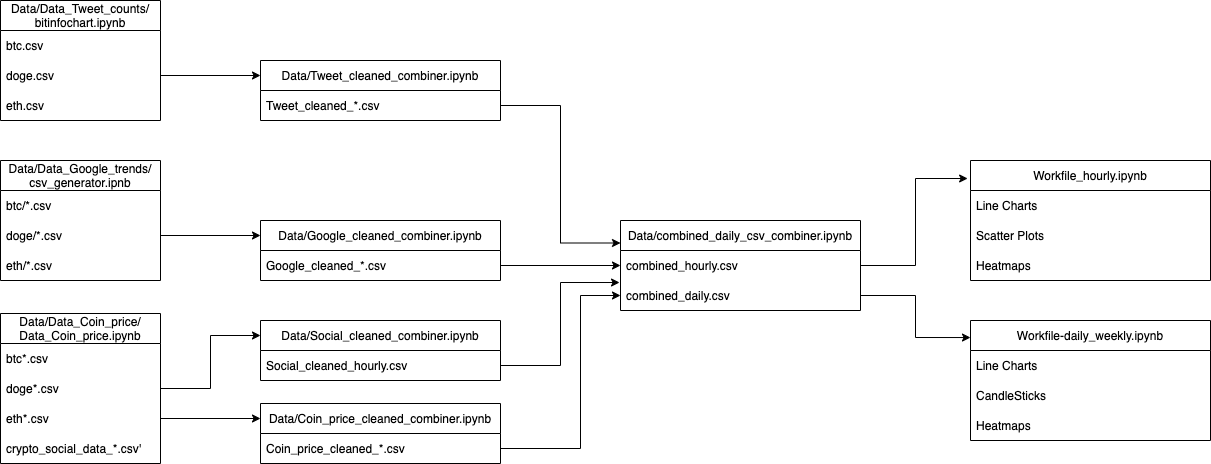
Earlier version of the draw.io export 592_flow.png (yantkumich/siads592-fomo). Source tidied: cells renumbered, new cells last; positions are measured from the earlier drawing's top-left corner, leaving out a move shared by most shapes. Source of this version:
```xml
<mxGraphModel>
  <root>
    <mxCell id="0" />
    <mxCell id="1" parent="0" />
    <mxCell id="2" value="Data/Data_Tweet_counts/&#10;bitinfochart.ipynb" style="swimlane;fontStyle=0;horizontal=1;startSize=30;" parent="1" vertex="1">
      <mxGeometry width="160" height="120" as="geometry" />
    </mxCell>
    <mxCell id="3" value="btc.csv" style="text;strokeColor=none;fillColor=none;align=left;verticalAlign=middle;spacingLeft=4;spacingRight=4;overflow=hidden;" parent="2" vertex="1">
      <mxGeometry y="30" width="160" height="30" as="geometry" />
    </mxCell>
    <mxCell id="4" value="doge.csv" style="text;strokeColor=none;fillColor=none;align=left;verticalAlign=middle;spacingLeft=4;spacingRight=4;overflow=hidden;points=[[0,0.5],[1,0.5]];portConstraint=eastwest;" parent="2" vertex="1">
      <mxGeometry y="60" width="160" height="30" as="geometry" />
    </mxCell>
    <mxCell id="5" value="eth.csv" style="text;strokeColor=none;fillColor=none;align=left;verticalAlign=middle;spacingLeft=4;spacingRight=4;overflow=hidden;" parent="2" vertex="1">
      <mxGeometry y="90" width="160" height="30" as="geometry" />
    </mxCell>
    <mxCell id="6" value="Data/Data_Google_trends/&#10;csv_generator.ipnb" style="swimlane;fontStyle=0;horizontal=1;startSize=30;" parent="1" vertex="1">
      <mxGeometry y="160" width="160" height="120" as="geometry" />
    </mxCell>
    <mxCell id="7" value="btc/*.csv" style="text;strokeColor=none;fillColor=none;align=left;verticalAlign=middle;spacingLeft=4;spacingRight=4;overflow=hidden;" parent="6" vertex="1">
      <mxGeometry y="30" width="160" height="30" as="geometry" />
    </mxCell>
    <mxCell id="8" value="doge/*.csv" style="text;strokeColor=none;fillColor=none;align=left;verticalAlign=middle;spacingLeft=4;spacingRight=4;overflow=hidden;points=[[0,0.5],[1,0.5]];portConstraint=eastwest;" parent="6" vertex="1">
      <mxGeometry y="60" width="160" height="30" as="geometry" />
    </mxCell>
    <mxCell id="9" value="eth/*.csv" style="text;strokeColor=none;fillColor=none;align=left;verticalAlign=middle;spacingLeft=4;spacingRight=4;overflow=hidden;" parent="6" vertex="1">
      <mxGeometry y="90" width="160" height="30" as="geometry" />
    </mxCell>
    <mxCell id="10" value="Data/Data_Coin_price/&#10;Data_Coin_price.ipynb" style="swimlane;fontStyle=0;horizontal=1;startSize=30;" parent="1" vertex="1">
      <mxGeometry y="313" width="160" height="150" as="geometry" />
    </mxCell>
    <mxCell id="11" value="btc*.csv" style="text;strokeColor=none;fillColor=none;align=left;verticalAlign=middle;spacingLeft=4;spacingRight=4;overflow=hidden;" parent="10" vertex="1">
      <mxGeometry y="30" width="160" height="30" as="geometry" />
    </mxCell>
    <mxCell id="12" value="doge*.csv" style="text;strokeColor=none;fillColor=none;align=left;verticalAlign=middle;spacingLeft=4;spacingRight=4;overflow=hidden;points=[[0,0.5],[1,0.5]];portConstraint=eastwest;" parent="10" vertex="1">
      <mxGeometry y="60" width="160" height="30" as="geometry" />
    </mxCell>
    <mxCell id="13" value="eth*.csv" style="text;strokeColor=none;fillColor=none;align=left;verticalAlign=middle;spacingLeft=4;spacingRight=4;overflow=hidden;points=[[0,0.5],[1,0.5]];portConstraint=eastwest;" parent="10" vertex="1">
      <mxGeometry y="90" width="160" height="30" as="geometry" />
    </mxCell>
    <mxCell id="14" value="crypto_social_data_*.csv'" style="text;strokeColor=none;fillColor=none;align=left;verticalAlign=middle;spacingLeft=4;spacingRight=4;overflow=hidden;" parent="10" vertex="1">
      <mxGeometry y="120" width="160" height="30" as="geometry" />
    </mxCell>
    <mxCell id="15" value="Data/Coin_price_cleaned_combiner.ipynb" style="swimlane;fontStyle=0;horizontal=1;startSize=30;" parent="1" vertex="1">
      <mxGeometry x="260" y="403" width="240" height="60" as="geometry" />
    </mxCell>
    <mxCell id="16" value="Coin_price_cleaned_*.csv" style="text;strokeColor=none;fillColor=none;align=left;verticalAlign=middle;spacingLeft=4;spacingRight=4;overflow=hidden;points=[[0,0.5],[1,0.5]];portConstraint=eastwest;" parent="15" vertex="1">
      <mxGeometry y="30" width="240" height="30" as="geometry" />
    </mxCell>
    <mxCell id="17" style="edgeStyle=orthogonalEdgeStyle;rounded=0;jettySize=auto;html=1;exitX=1;exitY=0.5;exitDx=0;exitDy=0;entryX=0;entryY=0.25;entryDx=0;entryDy=0;" parent="1" edge="1" source="13" target="15">
      <mxGeometry relative="1" as="geometry" />
    </mxCell>
    <mxCell id="18" value="Data/Google_cleaned_combiner.ipynb" style="swimlane;fontStyle=0;horizontal=1;startSize=30;" parent="1" vertex="1">
      <mxGeometry x="260" y="220" width="240" height="60" as="geometry" />
    </mxCell>
    <mxCell id="19" value="Google_cleaned_*.csv" style="text;strokeColor=none;fillColor=none;align=left;verticalAlign=middle;spacingLeft=4;spacingRight=4;overflow=hidden;points=[[0,0.5],[1,0.5]];portConstraint=eastwest;" parent="18" vertex="1">
      <mxGeometry y="30" width="240" height="30" as="geometry" />
    </mxCell>
    <mxCell id="20" value="Data/Social_cleaned_combiner.ipynb" style="swimlane;fontStyle=0;horizontal=1;startSize=30;" parent="1" vertex="1">
      <mxGeometry x="260" y="320" width="240" height="60" as="geometry" />
    </mxCell>
    <mxCell id="21" value="Social_cleaned_hourly.csv" style="text;strokeColor=none;fillColor=none;align=left;verticalAlign=middle;spacingLeft=4;spacingRight=4;overflow=hidden;points=[[0,0.5],[1,0.5]];portConstraint=eastwest;" parent="20" vertex="1">
      <mxGeometry y="30" width="240" height="30" as="geometry" />
    </mxCell>
    <mxCell id="22" style="edgeStyle=orthogonalEdgeStyle;rounded=0;jettySize=auto;html=1;entryX=0;entryY=0.25;entryDx=0;entryDy=0;" parent="1" edge="1" source="8" target="18">
      <mxGeometry relative="1" as="geometry" />
    </mxCell>
    <mxCell id="23" style="edgeStyle=orthogonalEdgeStyle;rounded=0;jettySize=auto;html=1;exitX=1;exitY=0.5;exitDx=0;exitDy=0;entryX=0;entryY=0.25;entryDx=0;entryDy=0;" parent="1" edge="1" source="12" target="20">
      <mxGeometry relative="1" as="geometry" />
    </mxCell>
    <mxCell id="24" value="Data/Tweet_cleaned_combiner.ipynb" style="swimlane;fontStyle=0;horizontal=1;startSize=30;" parent="1" vertex="1">
      <mxGeometry x="260" y="60" width="240" height="60" as="geometry" />
    </mxCell>
    <mxCell id="25" value="Tweet_cleaned_*.csv" style="text;strokeColor=none;fillColor=none;align=left;verticalAlign=middle;spacingLeft=4;spacingRight=4;overflow=hidden;points=[[0,0.5],[1,0.5]];portConstraint=eastwest;" parent="24" vertex="1">
      <mxGeometry y="30" width="240" height="30" as="geometry" />
    </mxCell>
    <mxCell id="26" style="edgeStyle=orthogonalEdgeStyle;rounded=0;jettySize=auto;html=1;entryX=0;entryY=0.25;entryDx=0;entryDy=0;" parent="1" edge="1" source="4" target="24">
      <mxGeometry relative="1" as="geometry" />
    </mxCell>
    <mxCell id="27" value="Data/combined_daily_csv_combiner.ipynb" style="swimlane;fontStyle=0;horizontal=1;startSize=30;" parent="1" vertex="1">
      <mxGeometry x="620" y="220" width="240" height="90" as="geometry" />
    </mxCell>
    <mxCell id="28" value="combined_hourly.csv" style="text;strokeColor=none;fillColor=none;align=left;verticalAlign=middle;spacingLeft=4;spacingRight=4;overflow=hidden;points=[[0,0.5],[1,0.5]];portConstraint=eastwest;" parent="27" vertex="1">
      <mxGeometry y="30" width="240" height="30" as="geometry" />
    </mxCell>
    <mxCell id="29" value="combined_daily.csv" style="text;strokeColor=none;fillColor=none;align=left;verticalAlign=middle;spacingLeft=4;spacingRight=4;overflow=hidden;points=[[0,0.5],[1,0.5]];portConstraint=eastwest;" parent="27" vertex="1">
      <mxGeometry y="60" width="240" height="30" as="geometry" />
    </mxCell>
    <mxCell id="30" style="edgeStyle=orthogonalEdgeStyle;rounded=0;jettySize=auto;html=1;exitX=1;exitY=0.5;exitDx=0;exitDy=0;entryX=0;entryY=0.25;entryDx=0;entryDy=0;" parent="1" edge="1" source="25" target="27">
      <mxGeometry relative="1" as="geometry" />
    </mxCell>
    <mxCell id="31" style="edgeStyle=orthogonalEdgeStyle;rounded=0;jettySize=auto;html=1;exitX=1;exitY=0.5;exitDx=0;exitDy=0;entryX=0;entryY=0.5;entryDx=0;entryDy=0;" parent="1" edge="1" source="19" target="28">
      <mxGeometry relative="1" as="geometry" />
    </mxCell>
    <mxCell id="32" style="edgeStyle=orthogonalEdgeStyle;rounded=0;jettySize=auto;html=1;exitX=1;exitY=0.5;exitDx=0;exitDy=0;entryX=-0.004;entryY=0.067;entryDx=0;entryDy=0;entryPerimeter=0;" parent="1" edge="1" source="21" target="29">
      <mxGeometry relative="1" as="geometry" />
    </mxCell>
    <mxCell id="33" style="edgeStyle=orthogonalEdgeStyle;rounded=0;jettySize=auto;html=1;exitX=1;exitY=0.5;exitDx=0;exitDy=0;entryX=0;entryY=0.5;entryDx=0;entryDy=0;" parent="1" edge="1" source="16" target="29">
      <mxGeometry relative="1" as="geometry">
        <Array as="points">
          <mxPoint x="580" y="448" />
          <mxPoint x="580" y="295" />
        </Array>
      </mxGeometry>
    </mxCell>
    <mxCell id="34" value="Workfile_hourly.ipynb" style="swimlane;fontStyle=0;horizontal=1;startSize=30;" parent="1" vertex="1">
      <mxGeometry x="970" y="160" width="240" height="120" as="geometry" />
    </mxCell>
    <mxCell id="35" value="Line Charts" style="text;strokeColor=none;fillColor=none;align=left;verticalAlign=middle;spacingLeft=4;spacingRight=4;overflow=hidden;" parent="34" vertex="1">
      <mxGeometry y="30" width="240" height="30" as="geometry" />
    </mxCell>
    <mxCell id="36" value="Scatter Plots" style="text;strokeColor=none;fillColor=none;align=left;verticalAlign=middle;spacingLeft=4;spacingRight=4;overflow=hidden;" parent="34" vertex="1">
      <mxGeometry y="60" width="240" height="30" as="geometry" />
    </mxCell>
    <mxCell id="37" value="Heatmaps" style="text;strokeColor=none;fillColor=none;align=left;verticalAlign=middle;spacingLeft=4;spacingRight=4;overflow=hidden;" parent="34" vertex="1">
      <mxGeometry y="90" width="240" height="30" as="geometry" />
    </mxCell>
    <mxCell id="38" value="Workfile-daily_weekly.ipynb" style="swimlane;fontStyle=0;horizontal=1;startSize=30;" parent="1" vertex="1">
      <mxGeometry x="970" y="320" width="240" height="120" as="geometry" />
    </mxCell>
    <mxCell id="39" value="Line Charts" style="text;strokeColor=none;fillColor=none;align=left;verticalAlign=middle;spacingLeft=4;spacingRight=4;overflow=hidden;" parent="38" vertex="1">
      <mxGeometry y="30" width="240" height="30" as="geometry" />
    </mxCell>
    <mxCell id="40" value="CandleSticks" style="text;strokeColor=none;fillColor=none;align=left;verticalAlign=middle;spacingLeft=4;spacingRight=4;overflow=hidden;" parent="38" vertex="1">
      <mxGeometry y="60" width="240" height="30" as="geometry" />
    </mxCell>
    <mxCell id="41" value="Heatmaps" style="text;strokeColor=none;fillColor=none;align=left;verticalAlign=middle;spacingLeft=4;spacingRight=4;overflow=hidden;" parent="38" vertex="1">
      <mxGeometry y="90" width="240" height="30" as="geometry" />
    </mxCell>
    <mxCell id="42" style="edgeStyle=orthogonalEdgeStyle;rounded=0;jettySize=auto;html=1;exitX=1;exitY=0.5;exitDx=0;exitDy=0;entryX=-0.012;entryY=0.15;entryDx=0;entryDy=0;entryPerimeter=0;" parent="1" edge="1" source="28" target="34">
      <mxGeometry relative="1" as="geometry" />
    </mxCell>
    <mxCell id="43" style="edgeStyle=orthogonalEdgeStyle;rounded=0;jettySize=auto;html=1;exitX=1;exitY=0.5;exitDx=0;exitDy=0;entryX=0;entryY=0.142;entryDx=0;entryDy=0;entryPerimeter=0;" parent="1" edge="1" source="29" target="38">
      <mxGeometry relative="1" as="geometry" />
    </mxCell>
  </root>
</mxGraphModel>
```
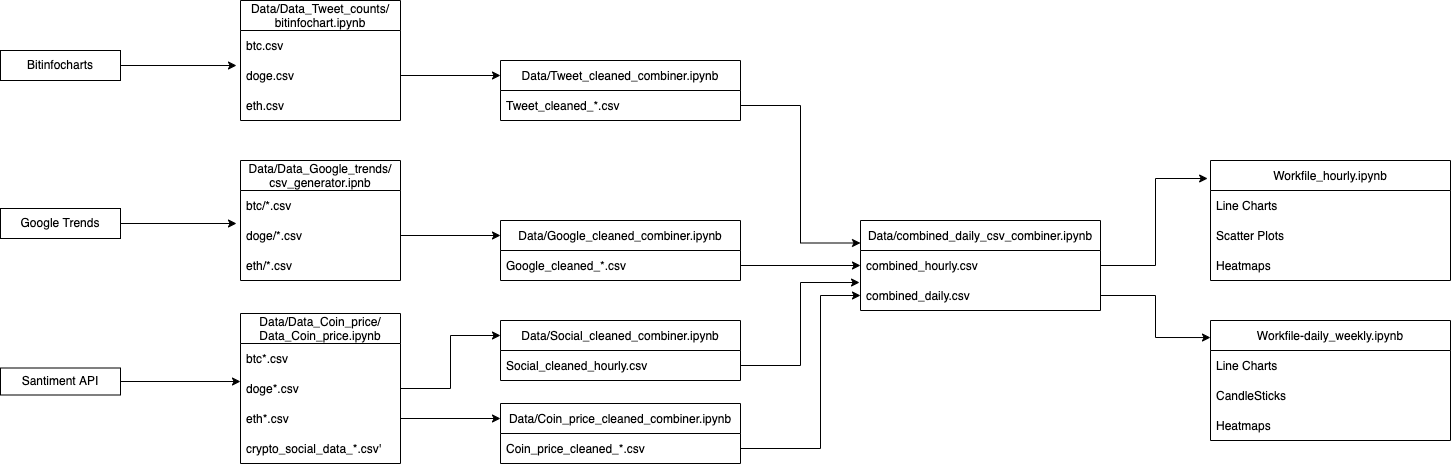
Later version of the same file.

Commit message:
flow chart updated

The edit, as a diff of the source:
```diff
@@ -133,5 +133,26 @@
     <mxCell id="43" style="edgeStyle=orthogonalEdgeStyle;rounded=0;jettySize=auto;html=1;exitX=1;exitY=0.5;exitDx=0;exitDy=0;entryX=0;entryY=0.142;entryDx=0;entryDy=0;entryPerimeter=0;" parent="1" edge="1" source="29" target="38">
       <mxGeometry relative="1" as="geometry" />
     </mxCell>
+    <mxCell id="44" style="edgeStyle=orthogonalEdgeStyle;rounded=0;jettySize=auto;html=1;exitX=1;exitY=0.5;exitDx=0;exitDy=0;entryX=-0.025;entryY=0.167;entryDx=0;entryDy=0;entryPerimeter=0;" parent="1" edge="1" source="45" target="4">
+      <mxGeometry relative="1" as="geometry" />
+    </mxCell>
+    <mxCell id="45" value="Bitinfocharts" style="rounded=0;whiteSpace=wrap;html=1;" parent="1" vertex="1">
+      <mxGeometry x="-240" y="50" width="120" height="30" as="geometry" />
+    </mxCell>
+    <mxCell id="46" style="edgeStyle=orthogonalEdgeStyle;rounded=0;jettySize=auto;html=1;exitX=1;exitY=0.5;exitDx=0;exitDy=0;entryX=-0.025;entryY=0.1;entryDx=0;entryDy=0;entryPerimeter=0;" parent="1" edge="1" source="47" target="8">
+      <mxGeometry relative="1" as="geometry" />
+    </mxCell>
+    <mxCell id="47" value="Google Trends" style="rounded=0;whiteSpace=wrap;html=1;" parent="1" vertex="1">
+      <mxGeometry x="-240" y="208" width="120" height="30" as="geometry" />
+    </mxCell>
+    <mxCell id="48" style="edgeStyle=orthogonalEdgeStyle;rounded=0;jettySize=auto;html=1;exitX=1;exitY=0.5;exitDx=0;exitDy=0;entryX=0;entryY=0.267;entryDx=0;entryDy=0;entryPerimeter=0;" parent="1" edge="1" source="49" target="12">
+      <mxGeometry relative="1" as="geometry" />
+    </mxCell>
+    <mxCell id="49" value="Santiment API" style="rounded=0;whiteSpace=wrap;html=1;" parent="1" vertex="1">
+      <mxGeometry x="-240" y="367.5" width="120" height="27" as="geometry" />
+    </mxCell>
+    <mxCell id="50" style="edgeStyle=orthogonalEdgeStyle;rounded=0;orthogonalLoop=1;jettySize=auto;html=1;exitX=0.5;exitY=1;exitDx=0;exitDy=0;" parent="1" edge="1" source="47" target="47">
+      <mxGeometry relative="1" as="geometry" />
+    </mxCell>
   </root>
 </mxGraphModel>
```
